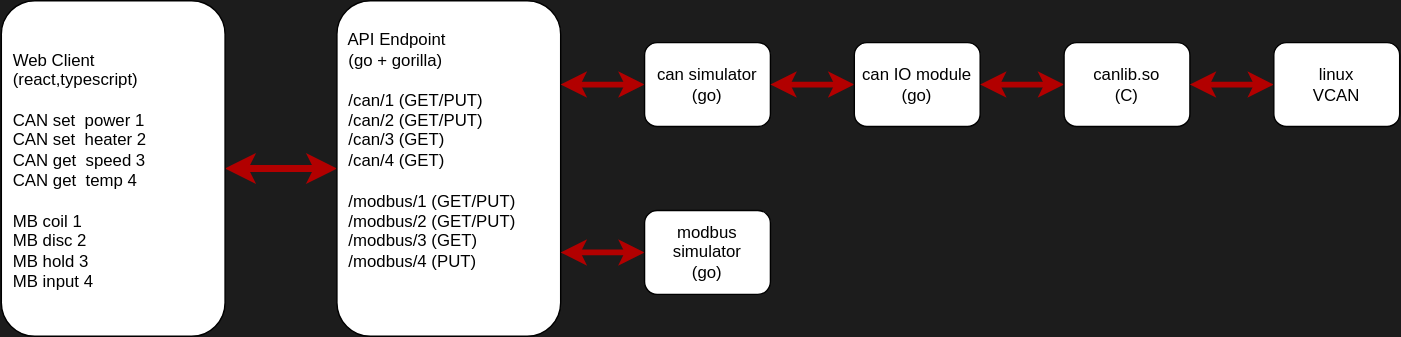
The draw.io diagram sqirvy.drawio.svg in dmh2000/simple-can-bus, before a commit. Source tidied: cells renumbered, new cells last; positions are measured from the earlier drawing's top-left corner, leaving out a move shared by most shapes.
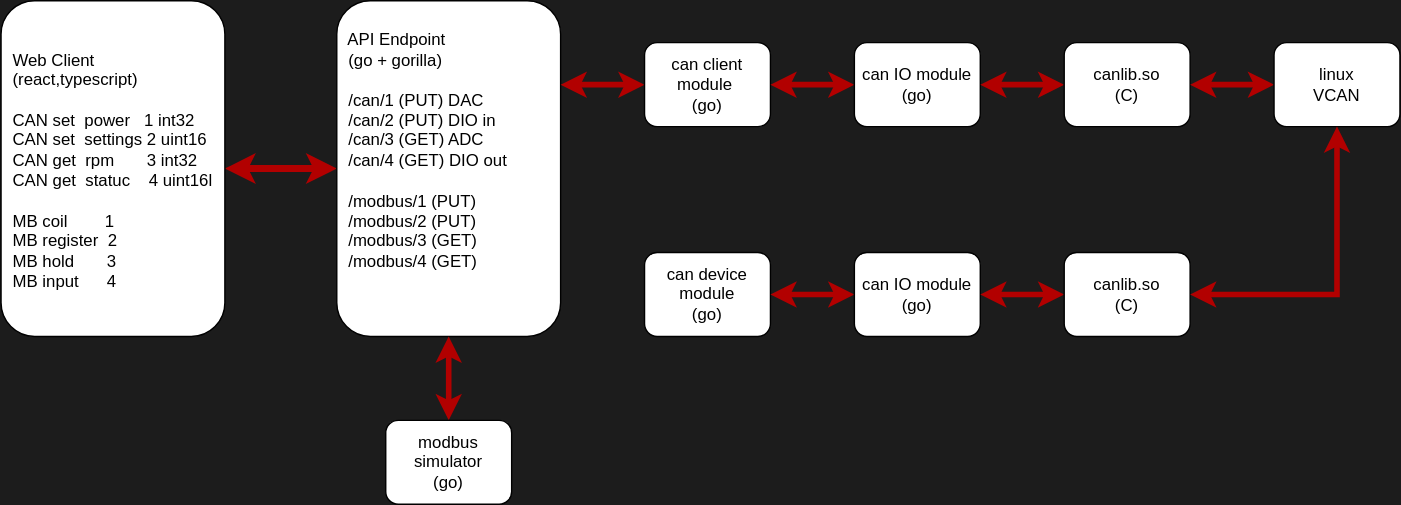
After the change.

The edit, as a diff of the source:
```diff
@@ -5,23 +5,23 @@
     <mxCell id="2" style="edgeStyle=orthogonalEdgeStyle;rounded=0;jettySize=auto;html=1;endArrow=classic;endFill=1;startArrow=classic;startFill=1;fillColor=#e51400;strokeColor=#B20000;strokeWidth=5;" parent="1" edge="1" source="3" target="4">
       <mxGeometry relative="1" as="geometry" />
     </mxCell>
-    <mxCell id="3" value="&lt;br&gt;&lt;br&gt;&amp;nbsp; Web Client&lt;br&gt;&amp;nbsp; (react,typescript)&lt;br&gt;&lt;br&gt;&lt;div style=&quot;&quot;&gt;&amp;nbsp; CAN set&amp;nbsp; power 1&lt;/div&gt;&lt;div style=&quot;&quot;&gt;&amp;nbsp; CAN set&amp;nbsp; heater 2&lt;/div&gt;&lt;div style=&quot;&quot;&gt;&amp;nbsp; CAN get&amp;nbsp; speed 3&lt;/div&gt;&lt;div style=&quot;&quot;&gt;&amp;nbsp; CAN get&amp;nbsp; temp 4&lt;/div&gt;&lt;div style=&quot;&quot;&gt;&lt;br&gt;&lt;/div&gt;&lt;div style=&quot;&quot;&gt;&amp;nbsp; MB coil 1&lt;/div&gt;&lt;div style=&quot;&quot;&gt;&lt;span style=&quot;background-color: initial;&quot;&gt;&amp;nbsp; MB disc 2&lt;/span&gt;&lt;br&gt;&lt;/div&gt;&lt;div style=&quot;&quot;&gt;&lt;span style=&quot;background-color: initial;&quot;&gt;&amp;nbsp; MB hold 3&lt;/span&gt;&lt;br&gt;&lt;/div&gt;&lt;div style=&quot;&quot;&gt;&lt;span style=&quot;background-color: initial;&quot;&gt;&amp;nbsp; MB input 4&lt;/span&gt;&lt;br&gt;&lt;/div&gt;&lt;div style=&quot;&quot;&gt;&lt;br&gt;&lt;/div&gt;" style="rounded=1;whiteSpace=wrap;html=1;align=left;verticalAlign=top;" parent="1" vertex="1">
+    <mxCell id="3" value="&lt;br&gt;&lt;br&gt;&amp;nbsp; Web Client&lt;br&gt;&amp;nbsp; (react,typescript)&lt;br&gt;&lt;br&gt;&lt;div style=&quot;&quot;&gt;&amp;nbsp; CAN set&amp;nbsp; power&amp;nbsp; &amp;nbsp;1 int32&lt;/div&gt;&lt;div style=&quot;&quot;&gt;&amp;nbsp; CAN set&amp;nbsp; settings 2 uint16&lt;/div&gt;&lt;div style=&quot;&quot;&gt;&amp;nbsp; CAN get&amp;nbsp; rpm&amp;nbsp; &amp;nbsp; &amp;nbsp; &amp;nbsp;3 int32&lt;/div&gt;&lt;div style=&quot;&quot;&gt;&amp;nbsp; CAN get&amp;nbsp; statuc&amp;nbsp; &amp;nbsp;&amp;nbsp;&lt;span style=&quot;background-color: initial;&quot;&gt;4 uint16l&lt;/span&gt;&lt;/div&gt;&lt;div style=&quot;&quot;&gt;&lt;br&gt;&lt;/div&gt;&lt;div style=&quot;&quot;&gt;&amp;nbsp; MB coil&amp;nbsp; &amp;nbsp; &amp;nbsp; &amp;nbsp; 1&lt;/div&gt;&lt;div style=&quot;&quot;&gt;&lt;span style=&quot;background-color: initial;&quot;&gt;&amp;nbsp; MB register&amp;nbsp; 2&lt;/span&gt;&lt;br&gt;&lt;/div&gt;&lt;div style=&quot;&quot;&gt;&lt;span style=&quot;background-color: initial;&quot;&gt;&amp;nbsp; MB hold&amp;nbsp; &amp;nbsp; &amp;nbsp; &amp;nbsp;3&lt;/span&gt;&lt;br&gt;&lt;/div&gt;&lt;div style=&quot;&quot;&gt;&lt;span style=&quot;background-color: initial;&quot;&gt;&amp;nbsp; MB input&amp;nbsp; &amp;nbsp; &amp;nbsp; 4&lt;/span&gt;&lt;br&gt;&lt;/div&gt;&lt;div style=&quot;&quot;&gt;&lt;br&gt;&lt;/div&gt;" style="rounded=1;whiteSpace=wrap;html=1;align=left;verticalAlign=top;" parent="1" vertex="1">
       <mxGeometry width="160" height="240" as="geometry" />
     </mxCell>
-    <mxCell id="4" value="&amp;nbsp;&amp;nbsp;&lt;br&gt;&amp;nbsp; API Endpoint&lt;br&gt;&amp;nbsp; (go + gorilla)&lt;br&gt;&lt;br&gt;&amp;nbsp; /can/1 (GET/PUT)&lt;br&gt;&amp;nbsp; /can/2 (GET/PUT)&lt;br&gt;&amp;nbsp; /can/3 (GET)&lt;br&gt;&amp;nbsp; /can/4 (GET)&lt;br&gt;&lt;br&gt;&amp;nbsp; /modbus/1 (GET/PUT)&amp;nbsp; &lt;br&gt;&amp;nbsp; /modbus/2 (GET/PUT)&lt;br&gt;&amp;nbsp; /modbus/3 (GET)&lt;br&gt;&amp;nbsp; /modbus/4 (PUT)&lt;br&gt;&lt;div style=&quot;&quot;&gt;&lt;br&gt;&lt;/div&gt;" style="rounded=1;whiteSpace=wrap;html=1;align=left;verticalAlign=top;" parent="1" vertex="1">
+    <mxCell id="4" value="&amp;nbsp;&amp;nbsp;&lt;br&gt;&amp;nbsp; API Endpoint&lt;br&gt;&amp;nbsp; (go + gorilla)&lt;br&gt;&lt;br&gt;&amp;nbsp; /can/1 (PUT) DAC&lt;br&gt;&amp;nbsp; /can/2 (PUT) DIO in&lt;br&gt;&amp;nbsp; /can/3 (GET) ADC&lt;br&gt;&amp;nbsp; /can/4 (GET) DIO out&lt;br&gt;&lt;br&gt;&amp;nbsp; /modbus/1 (PUT)&amp;nbsp; &lt;br&gt;&amp;nbsp; /modbus/2 (PUT)&lt;br&gt;&amp;nbsp; /modbus/3 (GET)&lt;br&gt;&amp;nbsp; /modbus/4 (GET)&lt;br&gt;&lt;div style=&quot;&quot;&gt;&lt;br&gt;&lt;/div&gt;" style="rounded=1;whiteSpace=wrap;html=1;align=left;verticalAlign=top;" parent="1" vertex="1">
       <mxGeometry x="240" width="160" height="240" as="geometry" />
     </mxCell>
     <mxCell id="5" style="edgeStyle=orthogonalEdgeStyle;rounded=0;jettySize=auto;html=1;entryX=1;entryY=0.25;entryDx=0;entryDy=0;startArrow=classic;startFill=1;fillColor=#e51400;strokeColor=#B20000;strokeWidth=4;" parent="1" edge="1" source="6" target="4">
       <mxGeometry relative="1" as="geometry" />
     </mxCell>
-    <mxCell id="6" value="can simulator&lt;br&gt;(go)" style="rounded=1;whiteSpace=wrap;html=1;" parent="1" vertex="1">
+    <mxCell id="6" value="can client module&amp;nbsp;&lt;br&gt;(go)" style="rounded=1;whiteSpace=wrap;html=1;" parent="1" vertex="1">
       <mxGeometry x="460" y="30" width="90" height="60" as="geometry" />
     </mxCell>
-    <mxCell id="7" style="edgeStyle=orthogonalEdgeStyle;rounded=0;jettySize=auto;html=1;entryX=1;entryY=0.75;entryDx=0;entryDy=0;startArrow=classic;startFill=1;fillColor=#e51400;strokeColor=#B20000;strokeWidth=4;" parent="1" edge="1" source="8" target="4">
+    <mxCell id="7" style="edgeStyle=orthogonalEdgeStyle;rounded=0;jettySize=auto;html=1;entryX=0.5;entryY=1;entryDx=0;entryDy=0;startArrow=classic;startFill=1;fillColor=#e51400;strokeColor=#B20000;strokeWidth=4;" parent="1" edge="1" source="8" target="4">
       <mxGeometry relative="1" as="geometry" />
     </mxCell>
     <mxCell id="8" value="modbus simulator&lt;br&gt;(go)" style="rounded=1;whiteSpace=wrap;html=1;" parent="1" vertex="1">
-      <mxGeometry x="460" y="150" width="90" height="60" as="geometry" />
+      <mxGeometry x="275" y="300" width="90" height="60" as="geometry" />
     </mxCell>
     <mxCell id="9" style="edgeStyle=orthogonalEdgeStyle;rounded=0;jettySize=auto;html=1;startArrow=classic;startFill=1;fillColor=#e51400;strokeColor=#B20000;strokeWidth=4;" parent="1" edge="1" source="10" target="6">
       <mxGeometry relative="1" as="geometry" />
@@ -41,5 +41,27 @@
     <mxCell id="14" value="linux&lt;br&gt;VCAN" style="rounded=1;whiteSpace=wrap;html=1;" parent="1" vertex="1">
       <mxGeometry x="910" y="30" width="90" height="60" as="geometry" />
     </mxCell>
+    <mxCell id="15" value="can device module&lt;br&gt;(go)" style="rounded=1;whiteSpace=wrap;html=1;" parent="1" vertex="1">
+      <mxGeometry x="460" y="180" width="90" height="60" as="geometry" />
+    </mxCell>
+    <mxCell id="16" style="edgeStyle=orthogonalEdgeStyle;rounded=0;jettySize=auto;html=1;startArrow=classic;startFill=1;fillColor=#e51400;strokeColor=#B20000;strokeWidth=4;" parent="1" edge="1" source="17" target="15">
+      <mxGeometry relative="1" as="geometry" />
+    </mxCell>
+    <mxCell id="17" value="can IO module&lt;br&gt;(go)" style="rounded=1;whiteSpace=wrap;html=1;" parent="1" vertex="1">
+      <mxGeometry x="610" y="180" width="90" height="60" as="geometry" />
+    </mxCell>
+    <mxCell id="18" style="edgeStyle=orthogonalEdgeStyle;rounded=0;jettySize=auto;html=1;startArrow=classic;startFill=1;fillColor=#e51400;strokeColor=#B20000;strokeWidth=4;" parent="1" edge="1" source="19" target="17">
+      <mxGeometry relative="1" as="geometry" />
+    </mxCell>
+    <mxCell id="19" value="canlib.so&lt;br&gt;(C)" style="rounded=1;whiteSpace=wrap;html=1;" parent="1" vertex="1">
+      <mxGeometry x="760" y="180" width="90" height="60" as="geometry" />
+    </mxCell>
+    <mxCell id="20" style="edgeStyle=orthogonalEdgeStyle;rounded=0;jettySize=auto;html=1;fillColor=#e51400;strokeColor=#B20000;startArrow=classic;startFill=1;strokeWidth=4;exitX=0.5;exitY=1;exitDx=0;exitDy=0;entryX=1;entryY=0.5;entryDx=0;entryDy=0;" parent="1" edge="1" source="14" target="19">
+      <mxGeometry relative="1" as="geometry">
+        <Array as="points">
+          <mxPoint x="955" y="210" />
+        </Array>
+      </mxGeometry>
+    </mxCell>
   </root>
 </mxGraphModel>
```
